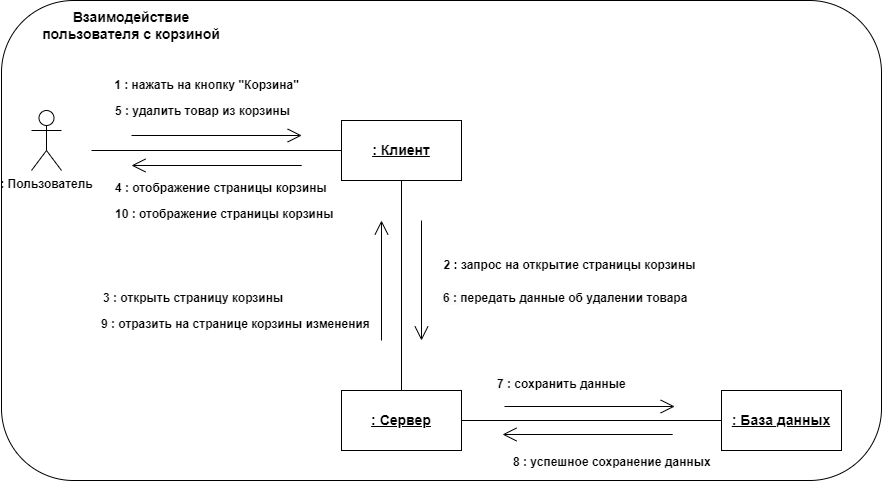
This is Diagrams/Диагарммы сотрудничества (Collaboration diagram)/Диаграмма сотрудничества_взаимодействие пользователя с корзиной.png from Zelelo622/TP-4.1-2, a draw.io export, as it was before one commit. Source tidied: cells renumbered, new cells last; positions are measured from the earlier drawing's top-left corner, leaving out a move shared by most shapes.
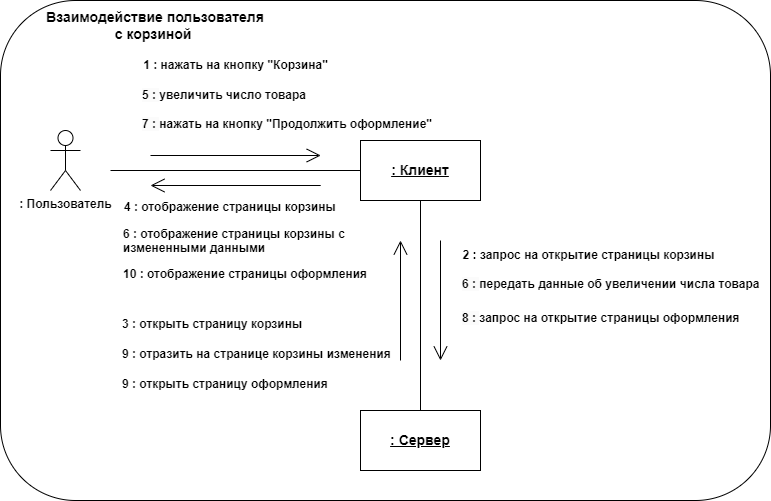
The same diagram one commit later.

Commit message:
обновлены диаграммы последовательности, состояния, активности, use case, сотрудничества

The edit, as a diff of the source:
```diff
@@ -2,11 +2,11 @@
   <root>
     <mxCell id="0" />
     <mxCell id="1" parent="0" />
-    <mxCell id="2" style="rounded=1;whiteSpace=wrap;html=1;" parent="1" vertex="1">
-      <mxGeometry width="880" height="480" as="geometry" />
-    </mxCell>
+    <mxCell id="27" style="rounded=1;whiteSpace=wrap;html=1;" parent="1" vertex="1">
+      <mxGeometry x="-20" y="-20" width="770" height="500" as="geometry" />
+    </mxCell>
-    <mxCell id="3" value="&lt;b style=&quot;border-color: var(--border-color); font-size: 14px;&quot;&gt;Взаимодействие пользователя с корзиной&lt;/b&gt;" style="text;html=1;strokeColor=none;fillColor=none;align=center;verticalAlign=middle;whiteSpace=wrap;rounded=0;" parent="1" vertex="1">
-      <mxGeometry x="40" y="10" width="180" height="30" as="geometry" />
+    <mxCell id="3" value="&lt;b style=&quot;border-color: var(--border-color); font-size: 14px;&quot;&gt;Взаимодействие пользователя с корзиной&amp;nbsp;&lt;/b&gt;" style="text;html=1;strokeColor=none;fillColor=none;align=center;verticalAlign=middle;whiteSpace=wrap;rounded=0;" parent="1" vertex="1">
+      <mxGeometry x="20" y="-10" width="230" height="30" as="geometry" />
     </mxCell>
     <mxCell id="4" value="&lt;b&gt;: Пользователь&lt;/b&gt;" style="shape=umlActor;verticalLabelPosition=bottom;verticalAlign=top;html=1;" parent="1" vertex="1">
       <mxGeometry x="30" y="110" width="30" height="60" as="geometry" />
@@ -17,85 +17,73 @@
     <mxCell id="6" value="&lt;b&gt;&lt;u&gt;&lt;font style=&quot;font-size: 14px;&quot;&gt;: Сервер&lt;/font&gt;&lt;/u&gt;&lt;/b&gt;" style="rounded=0;whiteSpace=wrap;html=1;" parent="1" vertex="1">
       <mxGeometry x="340" y="390" width="120" height="60" as="geometry" />
     </mxCell>
-    <mxCell id="7" value="&lt;b&gt;&lt;u&gt;&lt;font style=&quot;font-size: 14px;&quot;&gt;: База данных&lt;/font&gt;&lt;/u&gt;&lt;/b&gt;" style="rounded=0;whiteSpace=wrap;html=1;" parent="1" vertex="1">
-      <mxGeometry x="720" y="390" width="120" height="60" as="geometry" />
-    </mxCell>
-    <mxCell id="8" style="endArrow=open;html=1;rounded=0;endFill=0;endSize=12;" parent="1" edge="1">
-      <mxGeometry relative="1" as="geometry">
-        <mxPoint x="130" y="135" as="sourcePoint" />
-        <mxPoint x="300.2" y="135" as="targetPoint" />
-      </mxGeometry>
-    </mxCell>
-    <mxCell id="9" style="endArrow=none;html=1;rounded=0;entryX=0;entryY=0.5;entryDx=0;entryDy=0;" parent="1" edge="1" target="5">
-      <mxGeometry relative="1" as="geometry">
-        <mxPoint x="90" y="150" as="sourcePoint" />
-      </mxGeometry>
-    </mxCell>
-    <mxCell id="10" style="endArrow=none;html=1;rounded=0;entryX=0;entryY=0.5;entryDx=0;entryDy=0;exitX=1;exitY=0.5;exitDx=0;exitDy=0;" parent="1" edge="1" source="6" target="7">
-      <mxGeometry relative="1" as="geometry" />
-    </mxCell>
+    <mxCell id="28" style="endArrow=open;html=1;rounded=0;endFill=0;endSize=12;" parent="1" edge="1">
+      <mxGeometry relative="1" as="geometry">
+        <mxPoint x="130" y="135" as="sourcePoint" />
+        <mxPoint x="300.2" y="135" as="targetPoint" />
+      </mxGeometry>
+    </mxCell>
+    <mxCell id="29" style="endArrow=none;html=1;rounded=0;entryX=0;entryY=0.5;entryDx=0;entryDy=0;" parent="1" edge="1" target="5">
+      <mxGeometry relative="1" as="geometry">
+        <mxPoint x="90" y="150" as="sourcePoint" />
+      </mxGeometry>
+    </mxCell>
     <mxCell id="11" style="endArrow=none;html=1;rounded=0;entryX=0.5;entryY=0;entryDx=0;entryDy=0;exitX=0.5;exitY=1;exitDx=0;exitDy=0;" parent="1" edge="1" source="5" target="6">
       <mxGeometry relative="1" as="geometry" />
     </mxCell>
-    <mxCell id="12" style="endArrow=open;html=1;rounded=0;endFill=0;endSize=12;" parent="1" edge="1">
-      <mxGeometry relative="1" as="geometry">
-        <mxPoint x="503" y="406" as="sourcePoint" />
-        <mxPoint x="673.2" y="406" as="targetPoint" />
-      </mxGeometry>
-    </mxCell>
-    <mxCell id="13" style="endArrow=none;html=1;rounded=0;endFill=0;endSize=12;startArrow=open;startFill=0;startSize=12;" parent="1" edge="1">
-      <mxGeometry relative="1" as="geometry">
-        <mxPoint x="501" y="434" as="sourcePoint" />
-        <mxPoint x="671.2" y="434" as="targetPoint" />
-      </mxGeometry>
-    </mxCell>
-    <mxCell id="14" style="endArrow=none;html=1;rounded=0;endFill=0;endSize=12;startArrow=open;startFill=0;startSize=12;" parent="1" edge="1">
-      <mxGeometry relative="1" as="geometry">
-        <mxPoint x="130" y="165" as="sourcePoint" />
-        <mxPoint x="300.2" y="165" as="targetPoint" />
-      </mxGeometry>
-    </mxCell>
-    <mxCell id="15" style="endArrow=open;html=1;rounded=0;endFill=0;endSize=12;" parent="1" edge="1">
-      <mxGeometry relative="1" as="geometry">
-        <mxPoint x="420" y="220" as="sourcePoint" />
-        <mxPoint x="420" y="340" as="targetPoint" />
-      </mxGeometry>
-    </mxCell>
-    <mxCell id="16" style="endArrow=none;html=1;rounded=0;endFill=0;endSize=12;startArrow=open;startFill=0;startSize=12;" parent="1" edge="1">
-      <mxGeometry relative="1" as="geometry">
-        <mxPoint x="380" y="220" as="sourcePoint" />
-        <mxPoint x="380" y="340" as="targetPoint" />
-      </mxGeometry>
-    </mxCell>
+    <mxCell id="30" style="endArrow=none;html=1;rounded=0;endFill=0;endSize=12;startArrow=open;startFill=0;startSize=12;" parent="1" edge="1">
+      <mxGeometry relative="1" as="geometry">
+        <mxPoint x="130" y="165" as="sourcePoint" />
+        <mxPoint x="300.2" y="165" as="targetPoint" />
+      </mxGeometry>
+    </mxCell>
+    <mxCell id="31" style="endArrow=open;html=1;rounded=0;endFill=0;endSize=12;" parent="1" edge="1">
+      <mxGeometry relative="1" as="geometry">
+        <mxPoint x="420" y="220" as="sourcePoint" />
+        <mxPoint x="420" y="340" as="targetPoint" />
+      </mxGeometry>
+    </mxCell>
+    <mxCell id="32" style="endArrow=none;html=1;rounded=0;endFill=0;endSize=12;startArrow=open;startFill=0;startSize=12;" parent="1" edge="1">
+      <mxGeometry relative="1" as="geometry">
+        <mxPoint x="380" y="220" as="sourcePoint" />
+        <mxPoint x="380" y="340" as="targetPoint" />
+      </mxGeometry>
+    </mxCell>
     <mxCell id="17" value="&lt;b&gt;1 :&amp;nbsp;&lt;/b&gt;&lt;b style=&quot;border-color: var(--border-color);&quot;&gt;нажать на кнопку &quot;Корзина&lt;/b&gt;&lt;b&gt;&quot;&lt;/b&gt;" style="text;html=1;align=center;verticalAlign=middle;strokeColor=none;fillColor=none;" parent="1" vertex="1">
-      <mxGeometry x="100" y="70" width="210" height="30" as="geometry" />
+      <mxGeometry x="110" y="30" width="210" height="30" as="geometry" />
     </mxCell>
     <mxCell id="18" value="&lt;b&gt;2 :&amp;nbsp;&lt;/b&gt;&lt;b style=&quot;border-color: var(--border-color);&quot;&gt;запрос на открытие страницы корзины&lt;/b&gt;" style="text;html=1;align=center;verticalAlign=middle;strokeColor=none;fillColor=none;" parent="1" vertex="1">
-      <mxGeometry x="428" y="250" width="280" height="30" as="geometry" />
+      <mxGeometry x="428" y="220" width="280" height="30" as="geometry" />
     </mxCell>
     <mxCell id="19" value="&lt;b style=&quot;border-color: var(--border-color); color: rgb(0, 0, 0); font-family: Helvetica; font-size: 12px; font-style: normal; font-variant-ligatures: normal; font-variant-caps: normal; letter-spacing: normal; orphans: 2; text-align: center; text-indent: 0px; text-transform: none; widows: 2; word-spacing: 0px; -webkit-text-stroke-width: 0px; background-color: rgb(255, 255, 255); text-decoration-thickness: initial; text-decoration-style: initial; text-decoration-color: initial;&quot;&gt;3 :&amp;nbsp;&lt;/b&gt;&lt;b style=&quot;border-color: var(--border-color);&quot;&gt;открыть страницу&amp;nbsp;&lt;/b&gt;&lt;b style=&quot;border-color: var(--border-color); text-align: center;&quot;&gt;корзины&lt;/b&gt;" style="text;whiteSpace=wrap;html=1;" parent="1" vertex="1">
-      <mxGeometry x="100" y="284" width="210" height="30" as="geometry" />
+      <mxGeometry x="100" y="290" width="210" height="30" as="geometry" />
     </mxCell>
     <mxCell id="20" value="&lt;b style=&quot;border-color: var(--border-color); color: rgb(0, 0, 0); font-family: Helvetica; font-size: 12px; font-style: normal; font-variant-ligatures: normal; font-variant-caps: normal; letter-spacing: normal; orphans: 2; text-align: center; text-indent: 0px; text-transform: none; widows: 2; word-spacing: 0px; -webkit-text-stroke-width: 0px; background-color: rgb(255, 255, 255); text-decoration-thickness: initial; text-decoration-style: initial; text-decoration-color: initial;&quot;&gt;4 : отображение страницы корзины&lt;/b&gt;" style="text;whiteSpace=wrap;html=1;" parent="1" vertex="1">
-      <mxGeometry x="112" y="174" width="218" height="30" as="geometry" />
+      <mxGeometry x="102" y="173" width="218" height="30" as="geometry" />
     </mxCell>
-    <mxCell id="21" value="&lt;b style=&quot;border-color: var(--border-color); color: rgb(0, 0, 0); font-family: Helvetica; font-size: 12px; font-style: normal; font-variant-ligatures: normal; font-variant-caps: normal; letter-spacing: normal; orphans: 2; text-align: center; text-indent: 0px; text-transform: none; widows: 2; word-spacing: 0px; -webkit-text-stroke-width: 0px; background-color: rgb(251, 251, 251); text-decoration-thickness: initial; text-decoration-style: initial; text-decoration-color: initial;&quot;&gt;5 :&amp;nbsp;&lt;/b&gt;&lt;b style=&quot;border-color: var(--border-color); text-align: center;&quot;&gt;удалить товар из корзины&lt;/b&gt;" style="text;whiteSpace=wrap;html=1;" parent="1" vertex="1">
-      <mxGeometry x="112" y="97" width="220" height="30" as="geometry" />
-    </mxCell>
-    <mxCell id="22" value="&lt;b style=&quot;border-color: var(--border-color); color: rgb(0, 0, 0); font-family: Helvetica; font-size: 12px; font-style: normal; font-variant-ligatures: normal; font-variant-caps: normal; letter-spacing: normal; orphans: 2; text-align: center; text-indent: 0px; text-transform: none; widows: 2; word-spacing: 0px; -webkit-text-stroke-width: 0px; background-color: rgb(251, 251, 251); text-decoration-thickness: initial; text-decoration-style: initial; text-decoration-color: initial;&quot;&gt;6 :&amp;nbsp;&lt;/b&gt;&lt;b style=&quot;border-color: var(--border-color); text-align: center;&quot;&gt;передать данные об удалении товара&lt;/b&gt;" style="text;whiteSpace=wrap;html=1;" parent="1" vertex="1">
-      <mxGeometry x="440" y="284" width="270" height="40" as="geometry" />
-    </mxCell>
-    <mxCell id="23" value="&lt;b style=&quot;border-color: var(--border-color); color: rgb(0, 0, 0); font-family: Helvetica; font-size: 12px; font-style: normal; font-variant-ligatures: normal; font-variant-caps: normal; letter-spacing: normal; orphans: 2; text-align: center; text-indent: 0px; text-transform: none; widows: 2; word-spacing: 0px; -webkit-text-stroke-width: 0px; background-color: rgb(251, 251, 251); text-decoration-thickness: initial; text-decoration-style: initial; text-decoration-color: initial;&quot;&gt;7 :&amp;nbsp;&lt;/b&gt;&lt;b style=&quot;border-color: var(--border-color); text-align: center;&quot;&gt;сохранить данные&lt;/b&gt;" style="text;whiteSpace=wrap;html=1;" parent="1" vertex="1">
-      <mxGeometry x="494" y="370" width="196" height="40" as="geometry" />
-    </mxCell>
-    <mxCell id="24" value="&lt;b style=&quot;border-color: var(--border-color); color: rgb(0, 0, 0); font-family: Helvetica; font-size: 12px; font-style: normal; font-variant-ligatures: normal; font-variant-caps: normal; letter-spacing: normal; orphans: 2; text-align: center; text-indent: 0px; text-transform: none; widows: 2; word-spacing: 0px; -webkit-text-stroke-width: 0px; background-color: rgb(255, 255, 255); text-decoration-thickness: initial; text-decoration-style: initial; text-decoration-color: initial;&quot;&gt;8 :&amp;nbsp;&lt;/b&gt;&lt;b style=&quot;border-color: var(--border-color); text-align: center; background-color: rgb(255, 255, 255);&quot;&gt;успешное сохранение данных&lt;/b&gt;" style="text;whiteSpace=wrap;html=1;" parent="1" vertex="1">
-      <mxGeometry x="510" y="448" width="210" height="32" as="geometry" />
-    </mxCell>
+    <mxCell id="33" value="&lt;b style=&quot;border-color: var(--border-color); color: rgb(0, 0, 0); font-family: Helvetica; font-size: 12px; font-style: normal; font-variant-ligatures: normal; font-variant-caps: normal; letter-spacing: normal; orphans: 2; text-align: center; text-indent: 0px; text-transform: none; widows: 2; word-spacing: 0px; -webkit-text-stroke-width: 0px; background-color: rgb(251, 251, 251); text-decoration-thickness: initial; text-decoration-style: initial; text-decoration-color: initial;&quot;&gt;5 :&amp;nbsp;&lt;/b&gt;&lt;b style=&quot;border-color: var(--border-color); text-align: center;&quot;&gt;увеличить число товара&lt;/b&gt;" style="text;whiteSpace=wrap;html=1;" parent="1" vertex="1">
+      <mxGeometry x="120" y="61" width="220" height="30" as="geometry" />
+    </mxCell>
+    <mxCell id="34" value="&lt;b style=&quot;border-color: var(--border-color); color: rgb(0, 0, 0); font-family: Helvetica; font-size: 12px; font-style: normal; font-variant-ligatures: normal; font-variant-caps: normal; letter-spacing: normal; orphans: 2; text-align: center; text-indent: 0px; text-transform: none; widows: 2; word-spacing: 0px; -webkit-text-stroke-width: 0px; background-color: rgb(251, 251, 251); text-decoration-thickness: initial; text-decoration-style: initial; text-decoration-color: initial;&quot;&gt;6 :&amp;nbsp;&lt;/b&gt;&lt;b style=&quot;border-color: var(--border-color); text-align: center;&quot;&gt;передать данные об увеличении числа товара&lt;/b&gt;" style="text;whiteSpace=wrap;html=1;" parent="1" vertex="1">
+      <mxGeometry x="440" y="250" width="310" height="30" as="geometry" />
+    </mxCell>
     <mxCell id="25" value="&lt;b style=&quot;border-color: var(--border-color); color: rgb(0, 0, 0); font-family: Helvetica; font-size: 12px; font-style: normal; font-variant-ligatures: normal; font-variant-caps: normal; letter-spacing: normal; orphans: 2; text-align: center; text-indent: 0px; text-transform: none; widows: 2; word-spacing: 0px; -webkit-text-stroke-width: 0px; background-color: rgb(255, 255, 255); text-decoration-thickness: initial; text-decoration-style: initial; text-decoration-color: initial;&quot;&gt;9 :&amp;nbsp;&lt;/b&gt;&lt;b style=&quot;border-color: var(--border-color); text-align: center;&quot;&gt;отразить на странице корзины изменения&amp;nbsp;&lt;/b&gt;" style="text;whiteSpace=wrap;html=1;" parent="1" vertex="1">
-      <mxGeometry x="98" y="310" width="330" height="40" as="geometry" />
+      <mxGeometry x="100" y="320" width="282" height="30" as="geometry" />
     </mxCell>
-    <mxCell id="26" value="&lt;b style=&quot;border-color: var(--border-color); color: rgb(0, 0, 0); font-family: Helvetica; font-size: 12px; font-style: normal; font-variant-ligatures: normal; font-variant-caps: normal; letter-spacing: normal; orphans: 2; text-align: center; text-indent: 0px; text-transform: none; widows: 2; word-spacing: 0px; -webkit-text-stroke-width: 0px; background-color: rgb(255, 255, 255); text-decoration-thickness: initial; text-decoration-style: initial; text-decoration-color: initial;&quot;&gt;10 :&amp;nbsp;&lt;/b&gt;&lt;b style=&quot;border-color: var(--border-color); text-align: center; background-color: rgb(255, 255, 255);&quot;&gt;отображение страницы корзины&lt;/b&gt;" style="text;whiteSpace=wrap;html=1;" parent="1" vertex="1">
-      <mxGeometry x="112" y="200" width="240" height="30" as="geometry" />
-    </mxCell>
+    <mxCell id="35" value="&lt;b style=&quot;border-color: var(--border-color); color: rgb(0, 0, 0); font-family: Helvetica; font-size: 12px; font-style: normal; font-variant-ligatures: normal; font-variant-caps: normal; letter-spacing: normal; orphans: 2; text-align: center; text-indent: 0px; text-transform: none; widows: 2; word-spacing: 0px; -webkit-text-stroke-width: 0px; background-color: rgb(255, 255, 255); text-decoration-thickness: initial; text-decoration-style: initial; text-decoration-color: initial;&quot;&gt;6 :&amp;nbsp;&lt;/b&gt;&lt;b style=&quot;border-color: var(--border-color); text-align: center; background-color: rgb(255, 255, 255);&quot;&gt;отображение страницы корзины&amp;nbsp;&lt;/b&gt;&lt;b style=&quot;border-color: var(--border-color); text-align: center; background-color: rgb(255, 255, 255);&quot;&gt;с&lt;br style=&quot;border-color: var(--border-color);&quot;&gt;измененными данными&lt;/b&gt;" style="text;whiteSpace=wrap;html=1;" parent="1" vertex="1">
+      <mxGeometry x="101" y="200" width="240" height="30" as="geometry" />
+    </mxCell>
+    <mxCell id="36" value="&lt;b style=&quot;border-color: var(--border-color); color: rgb(0, 0, 0); font-family: Helvetica; font-size: 12px; font-style: normal; font-variant-ligatures: normal; font-variant-caps: normal; letter-spacing: normal; orphans: 2; text-align: center; text-indent: 0px; text-transform: none; widows: 2; word-spacing: 0px; -webkit-text-stroke-width: 0px; background-color: rgb(251, 251, 251); text-decoration-thickness: initial; text-decoration-style: initial; text-decoration-color: initial;&quot;&gt;7 :&amp;nbsp;&lt;/b&gt;&lt;b style=&quot;border-color: var(--border-color); text-align: center;&quot;&gt;нажать на кнопку &quot;Продолжить оформление&quot;&lt;/b&gt;" style="text;whiteSpace=wrap;html=1;" parent="1" vertex="1">
+      <mxGeometry x="120" y="90" width="320" height="30" as="geometry" />
+    </mxCell>
+    <mxCell id="37" value="&lt;b style=&quot;border-color: var(--border-color); color: rgb(0, 0, 0); font-family: Helvetica; font-size: 12px; font-style: normal; font-variant-ligatures: normal; font-variant-caps: normal; letter-spacing: normal; orphans: 2; text-align: center; text-indent: 0px; text-transform: none; widows: 2; word-spacing: 0px; -webkit-text-stroke-width: 0px; background-color: rgb(251, 251, 251); text-decoration-thickness: initial; text-decoration-style: initial; text-decoration-color: initial;&quot;&gt;8 :&amp;nbsp;&lt;/b&gt;&lt;b style=&quot;border-color: var(--border-color); text-align: center;&quot;&gt;запрос на открытие страницы оформления&lt;/b&gt;" style="text;whiteSpace=wrap;html=1;" parent="1" vertex="1">
+      <mxGeometry x="440" y="284" width="310" height="30" as="geometry" />
+    </mxCell>
+    <mxCell id="38" value="&lt;b style=&quot;border-color: var(--border-color); color: rgb(0, 0, 0); font-family: Helvetica; font-size: 12px; font-style: normal; font-variant-ligatures: normal; font-variant-caps: normal; letter-spacing: normal; orphans: 2; text-align: center; text-indent: 0px; text-transform: none; widows: 2; word-spacing: 0px; -webkit-text-stroke-width: 0px; background-color: rgb(255, 255, 255); text-decoration-thickness: initial; text-decoration-style: initial; text-decoration-color: initial;&quot;&gt;9 :&amp;nbsp;&lt;/b&gt;&lt;b style=&quot;border-color: var(--border-color); text-align: center;&quot;&gt;&lt;b style=&quot;border-color: var(--border-color);&quot;&gt;открыть страницу&amp;nbsp;&lt;/b&gt;&lt;b style=&quot;border-color: var(--border-color);&quot;&gt;оформления&lt;/b&gt;&amp;nbsp;&lt;/b&gt;" style="text;whiteSpace=wrap;html=1;" parent="1" vertex="1">
+      <mxGeometry x="100" y="350" width="230" height="30" as="geometry" />
+    </mxCell>
+    <mxCell id="39" value="&lt;b style=&quot;border-color: var(--border-color); color: rgb(0, 0, 0); font-family: Helvetica; font-size: 12px; font-style: normal; font-variant-ligatures: normal; font-variant-caps: normal; letter-spacing: normal; orphans: 2; text-align: center; text-indent: 0px; text-transform: none; widows: 2; word-spacing: 0px; -webkit-text-stroke-width: 0px; background-color: rgb(255, 255, 255); text-decoration-thickness: initial; text-decoration-style: initial; text-decoration-color: initial;&quot;&gt;10 :&amp;nbsp;&lt;/b&gt;&lt;b style=&quot;border-color: var(--border-color); text-align: center; background-color: rgb(255, 255, 255);&quot;&gt;отображение страницы оформления&lt;/b&gt;" style="text;whiteSpace=wrap;html=1;" parent="1" vertex="1">
+      <mxGeometry x="101" y="240" width="258" height="30" as="geometry" />
+    </mxCell>
   </root>
 </mxGraphModel>
```
